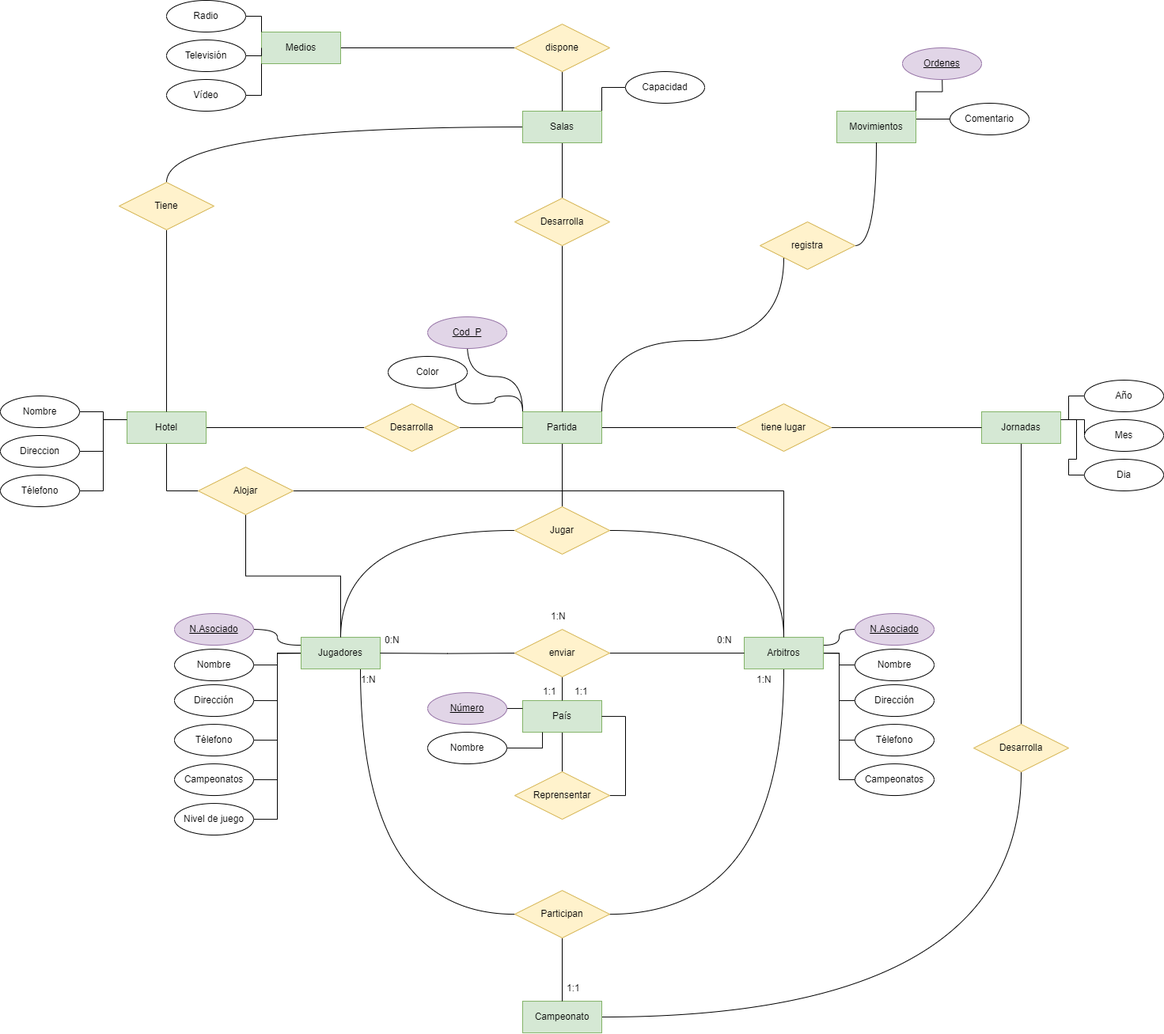
This is Unidad-1/Tareas/Tarea-evaluable2/tarea_evaluable2.drawio.png from jdrguez/2-Daw, a draw.io export, as it was before one commit. Source tidied: cells renumbered, new cells last; positions are measured from the earlier drawing's top-left corner, leaving out a move shared by most shapes.
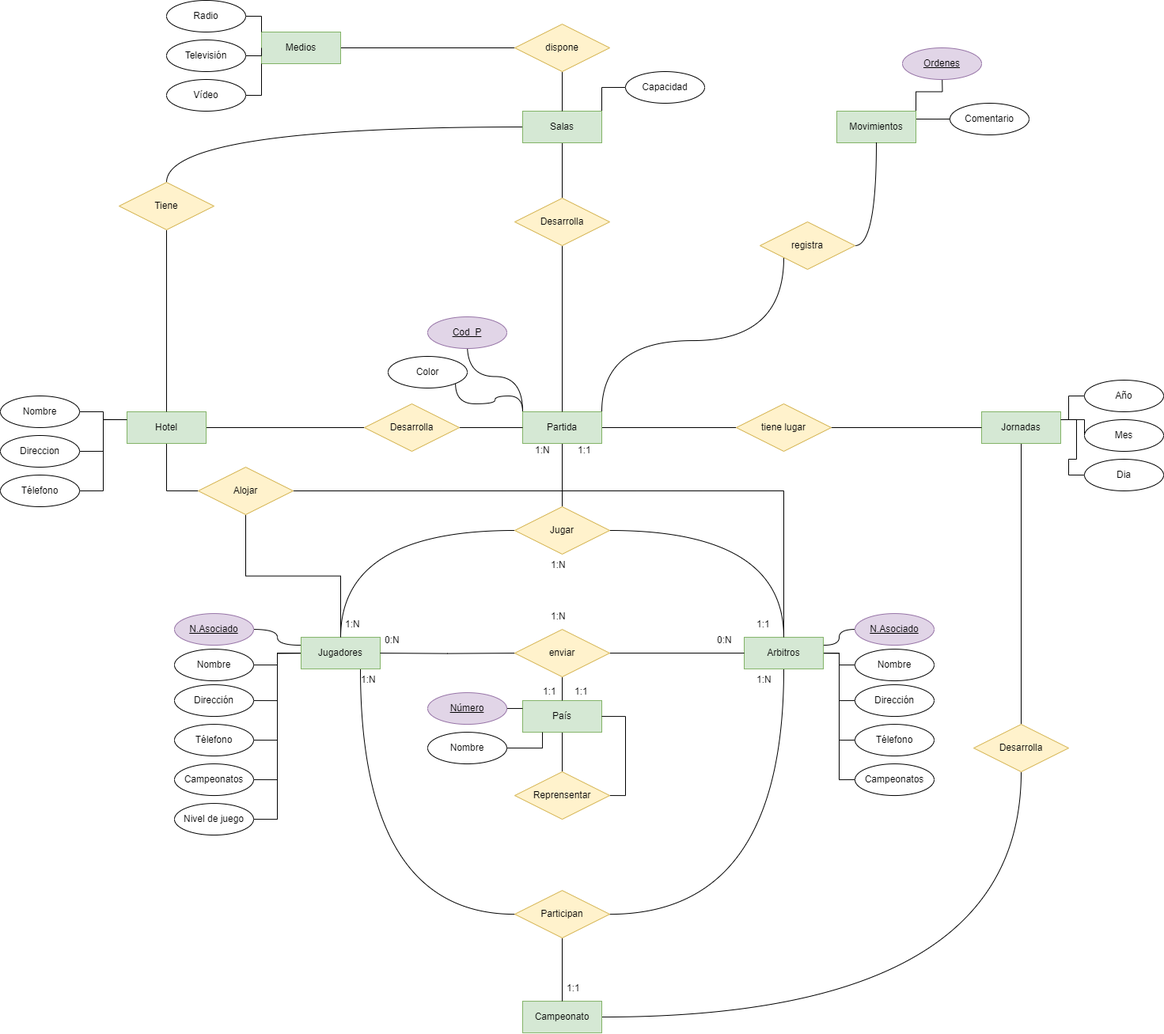
The same file after the commit.

Change to the diagram source:
```diff
@@ -346,5 +346,20 @@
     <mxCell id="113" value="1:1" style="text;strokeColor=none;fillColor=none;spacingLeft=4;spacingRight=4;overflow=hidden;fontSize=12;whiteSpace=wrap;html=1;" parent="1" vertex="1">
       <mxGeometry x="710" y="1235.1" width="40" height="30" as="geometry" />
     </mxCell>
+    <mxCell id="114" value="1:N" style="text;strokeColor=none;fillColor=none;spacingLeft=4;spacingRight=4;overflow=hidden;fontSize=12;whiteSpace=wrap;html=1;" parent="1" vertex="1">
+      <mxGeometry x="670" y="555" width="40" height="30" as="geometry" />
+    </mxCell>
+    <mxCell id="115" value="1:1" style="text;strokeColor=none;fillColor=none;spacingLeft=4;spacingRight=4;overflow=hidden;fontSize=12;whiteSpace=wrap;html=1;" parent="1" vertex="1">
+      <mxGeometry x="724" y="555" width="40" height="30" as="geometry" />
+    </mxCell>
+    <mxCell id="116" value="1:N" style="text;strokeColor=none;fillColor=none;spacingLeft=4;spacingRight=4;overflow=hidden;fontSize=12;whiteSpace=wrap;html=1;" parent="1" vertex="1">
+      <mxGeometry x="430" y="775.1" width="40" height="30" as="geometry" />
+    </mxCell>
+    <mxCell id="117" value="1:1" style="text;strokeColor=none;fillColor=none;spacingLeft=4;spacingRight=4;overflow=hidden;fontSize=12;whiteSpace=wrap;html=1;" parent="1" vertex="1">
+      <mxGeometry x="950" y="775.1" width="40" height="30" as="geometry" />
+    </mxCell>
+    <mxCell id="118" value="1:N" style="text;strokeColor=none;fillColor=none;spacingLeft=4;spacingRight=4;overflow=hidden;fontSize=12;whiteSpace=wrap;html=1;" parent="1" vertex="1">
+      <mxGeometry x="690" y="700" width="40" height="30" as="geometry" />
+    </mxCell>
   </root>
 </mxGraphModel>
```
